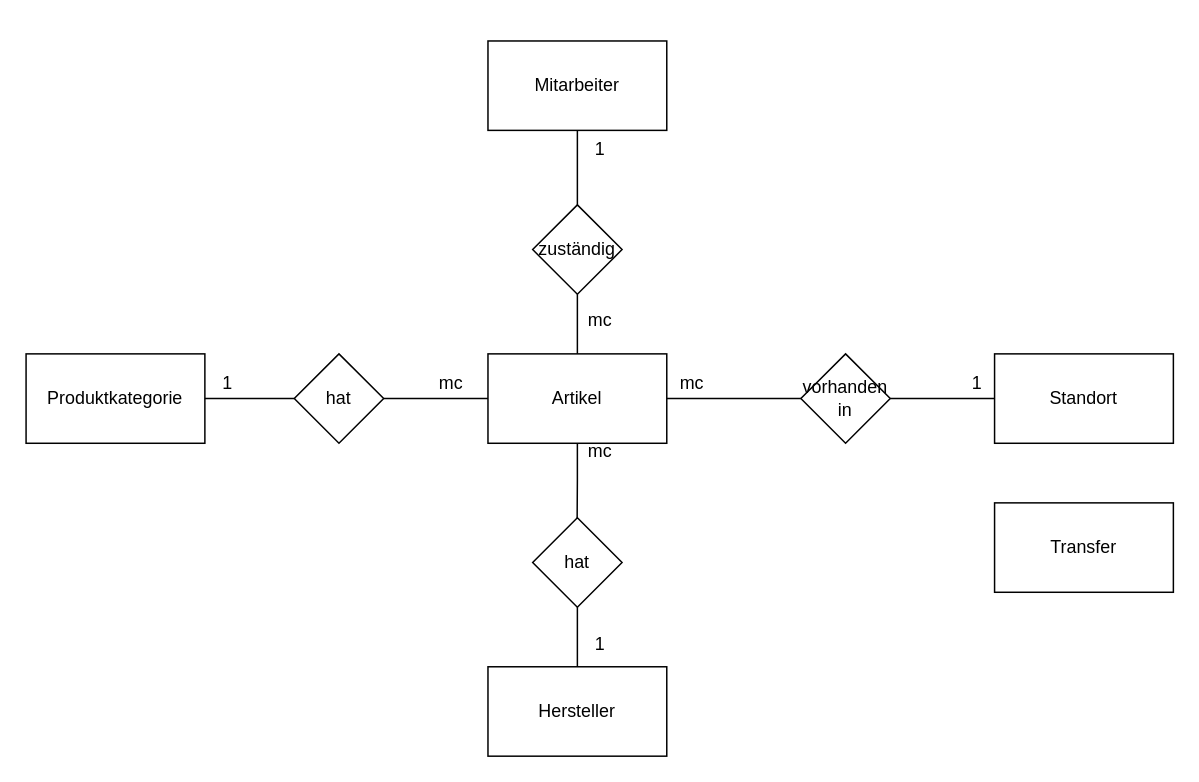
Above: Drawios/Konzeptionelles-M153-LB03.drawio in leZayn/M153-LB2 (draw.io), before the change. Source tidied: cells renumbered, new cells numbered last; positions are measured from the earlier drawing's top-left corner, leaving out a move shared by most shapes. Both pictures are drawn from the tidied source at 149%, with x=0, y=0 at pixel (25, 40).
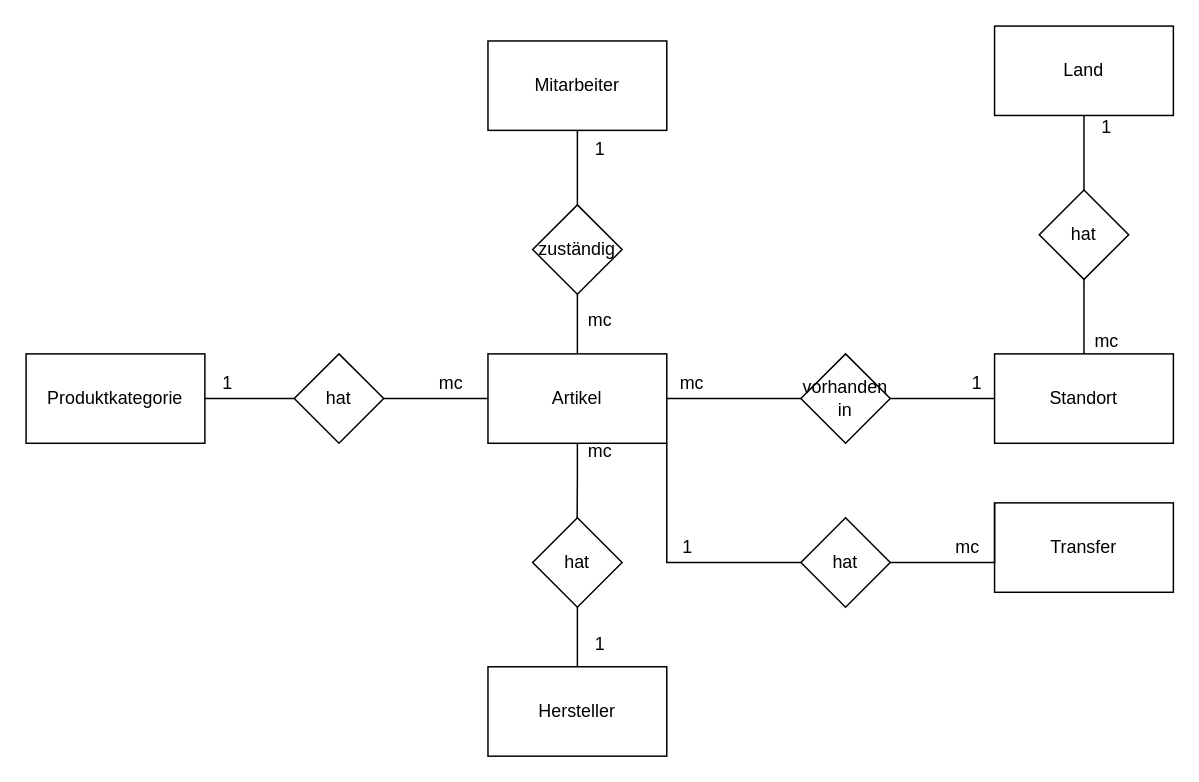
The same diagram, later.

The change refers to these unchanged cells:
```xml
<mxCell id="6" value="Artikel" style="rounded=0;whiteSpace=wrap;html=1;" parent="1" vertex="1">
  <mxGeometry x="310" y="210" width="120" height="60" as="geometry" />
</mxCell>
<mxCell id="8" value="Standort" style="rounded=0;whiteSpace=wrap;html=1;" parent="1" vertex="1">
  <mxGeometry x="650" y="210" width="120" height="60" as="geometry" />
</mxCell>
<mxCell id="9" value="Transfer" style="rounded=0;whiteSpace=wrap;html=1;" parent="1" vertex="1">
  <mxGeometry x="650" y="310" width="120" height="60" as="geometry" />
</mxCell>
```

Diff of the diagram source:
```diff
@@
+    <mxCell id="25" value="hat" style="rhombus;whiteSpace=wrap;html=1;" parent="1" vertex="1">
+      <mxGeometry x="520" y="320" width="60" height="60" as="geometry" />
+    </mxCell>
+    <mxCell id="26" style="edgeStyle=orthogonalEdgeStyle;rounded=0;jettySize=auto;html=1;entryX=0;entryY=0.5;entryDx=0;entryDy=0;endArrow=none;endFill=0;exitX=1;exitY=1;exitDx=0;exitDy=0;" parent="1" edge="1" source="6" target="25">
+      <mxGeometry relative="1" as="geometry">
+        <Array as="points">
+          <mxPoint x="430" y="350" />
+        </Array>
+      </mxGeometry>
+    </mxCell>
+    <mxCell id="27" style="edgeStyle=orthogonalEdgeStyle;rounded=0;jettySize=auto;html=1;entryX=0;entryY=0;entryDx=0;entryDy=0;endArrow=none;endFill=0;exitX=1;exitY=0.5;exitDx=0;exitDy=0;" parent="1" edge="1" source="25" target="9">
+      <mxGeometry relative="1" as="geometry">
+        <Array as="points">
+          <mxPoint x="580" y="350" />
+          <mxPoint x="650" y="350" />
+        </Array>
+      </mxGeometry>
+    </mxCell>
+    <mxCell id="28" value="Land" style="rounded=0;whiteSpace=wrap;html=1;" parent="1" vertex="1">
+      <mxGeometry x="650" y="-10" width="120" height="60" as="geometry" />
+    </mxCell>
+    <mxCell id="29" style="edgeStyle=orthogonalEdgeStyle;rounded=0;jettySize=auto;html=1;endArrow=none;endFill=0;exitX=0.5;exitY=1;exitDx=0;exitDy=0;entryX=0.5;entryY=0;entryDx=0;entryDy=0;" parent="1" edge="1" source="28" target="8">
+      <mxGeometry relative="1" as="geometry">
+        <Array as="points">
+          <mxPoint x="710" y="110" />
+          <mxPoint x="710" y="110" />
+        </Array>
+      </mxGeometry>
+    </mxCell>
+    <mxCell id="30" value="hat" style="rhombus;whiteSpace=wrap;html=1;" parent="1" vertex="1">
+      <mxGeometry x="680" y="100" width="60" height="60" as="geometry" />
+    </mxCell>
+    <mxCell id="31" value="1&lt;br&gt;&lt;br&gt;&lt;br&gt;&lt;br&gt;&lt;br&gt;&lt;br&gt;&lt;br&gt;&lt;br&gt;&lt;br&gt;&lt;br&gt;mc" style="text;html=1;align=center;verticalAlign=middle;" parent="1" vertex="1">
+      <mxGeometry x="710" y="50" width="30" height="160" as="geometry" />
+    </mxCell>
+    <mxCell id="32" value="1&amp;nbsp; &amp;nbsp; &amp;nbsp; &amp;nbsp; &amp;nbsp; &amp;nbsp; &amp;nbsp; &amp;nbsp; &amp;nbsp; &amp;nbsp; &amp;nbsp; &amp;nbsp; &amp;nbsp; &amp;nbsp; &amp;nbsp; &amp;nbsp; &amp;nbsp; &amp;nbsp; &amp;nbsp; &amp;nbsp; &amp;nbsp; &amp;nbsp; &amp;nbsp; &amp;nbsp; &amp;nbsp; &amp;nbsp; &amp;nbsp;mc" style="text;html=1;align=center;verticalAlign=middle;" parent="1" vertex="1">
+      <mxGeometry x="435" y="330" width="210" height="20" as="geometry" />
+    </mxCell>
```
